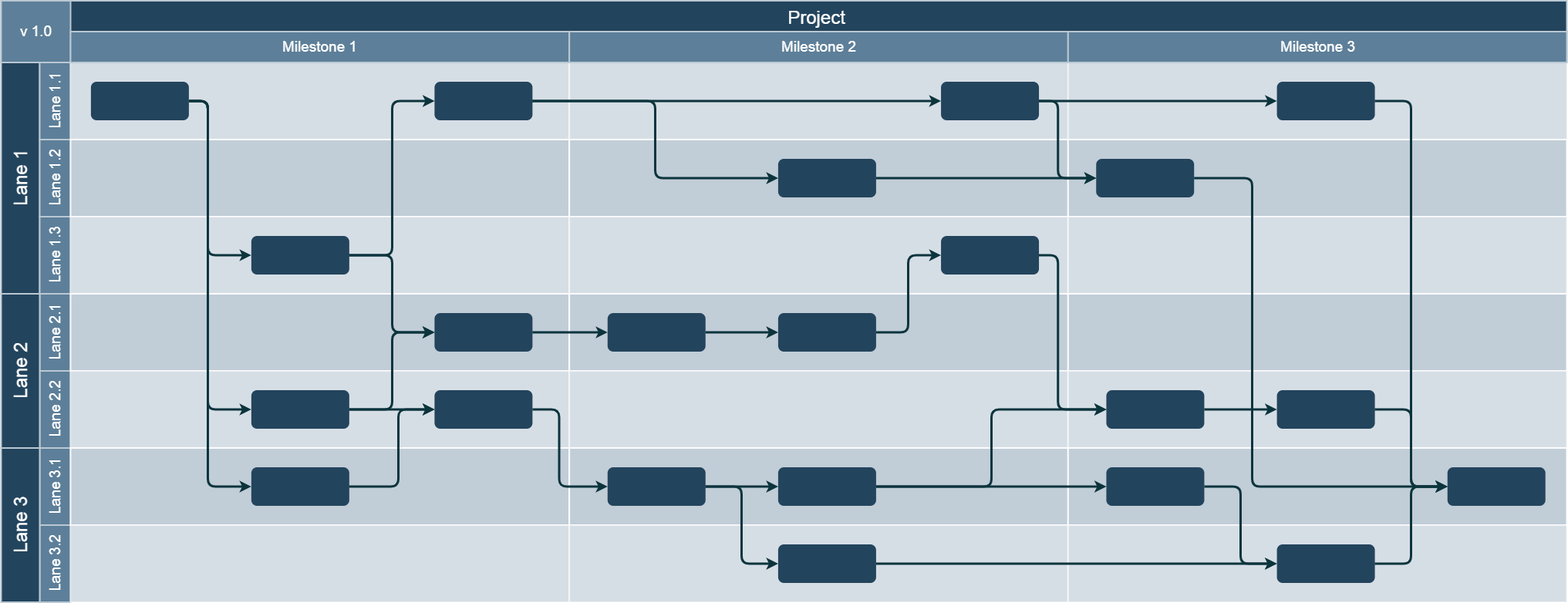
Earlier version of the draw.io export Untitled Diagram.drawio.png (AshwinRocky/SFA). Source tidied: cells renumbered, new cells last; positions are measured from the earlier drawing's top-left corner, leaving out a move shared by most shapes.
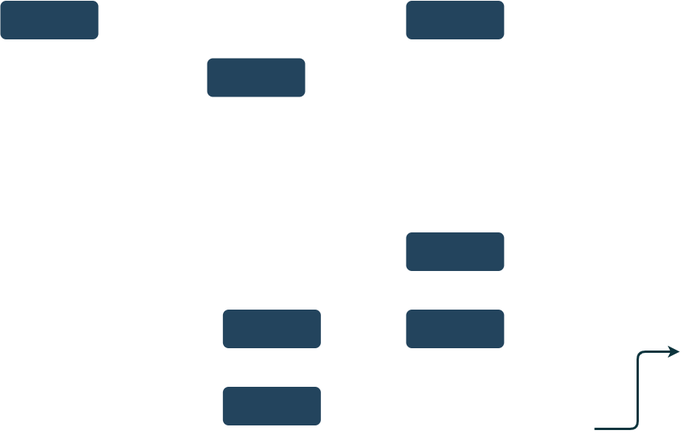
After the change.

What changed in the source:
```diff
@@ -4,111 +4,4 @@
     <mxCell id="1" parent="0" />
-    <mxCell id="2" value="Project&#10;" style="strokeColor=#BAC8D3;fillColor=#23445D;fontSize=24;strokeWidth=2;fontFamily=Helvetica;html=1;fontColor=#FFFFFF;fontStyle=0;spacingBottom=8;spacingRight=0;spacingLeft=83;" parent="1" vertex="1">
-      <mxGeometry y="0.5" width="2030" height="80" as="geometry" />
-    </mxCell>
-    <mxCell id="3" value="Lane 1" style="strokeColor=#BAC8D3;fillColor=#23445D;fontSize=24;strokeWidth=2;horizontal=0;fontFamily=Helvetica;html=1;fontColor=#FFFFFF;fontStyle=0;" parent="1" vertex="1">
-      <mxGeometry y="80.5" width="50" height="300" as="geometry" />
-    </mxCell>
-    <mxCell id="4" value="Lane 1.1" style="strokeColor=#BAC8D3;fillColor=#5d7f99;fontSize=19;strokeWidth=2;horizontal=0;fontFamily=Helvetica;html=1;labelBackgroundColor=none;fontColor=#FFFFFF;" parent="1" vertex="1">
-      <mxGeometry x="50" y="80.5" width="40" height="100" as="geometry" />
-    </mxCell>
-    <mxCell id="5" value="v 1.0" style="strokeColor=#BAC8D3;fillColor=#5d7f99;fontSize=19;strokeWidth=2;fontFamily=Helvetica;html=1;labelBackgroundColor=none;fontColor=#FFFFFF;" parent="1" vertex="1">
-      <mxGeometry y="0.5" width="90" height="80" as="geometry" />
-    </mxCell>
-    <mxCell id="6" value="Lane 1.2" style="strokeColor=#BAC8D3;fillColor=#5d7f99;fontSize=19;strokeWidth=2;horizontal=0;fontFamily=Helvetica;html=1;labelBackgroundColor=none;fontColor=#FFFFFF;" parent="1" vertex="1">
-      <mxGeometry x="50" y="180.5" width="40" height="100" as="geometry" />
-    </mxCell>
-    <mxCell id="7" value="Lane 1.3" style="strokeColor=#BAC8D3;fillColor=#5d7f99;fontSize=19;strokeWidth=2;horizontal=0;fontFamily=Helvetica;html=1;labelBackgroundColor=none;fontColor=#FFFFFF;" parent="1" vertex="1">
-      <mxGeometry x="50" y="280.5" width="40" height="100" as="geometry" />
-    </mxCell>
-    <mxCell id="8" value="Lane 2.2" style="strokeColor=#BAC8D3;fillColor=#5d7f99;fontSize=19;strokeWidth=2;horizontal=0;fontFamily=Helvetica;html=1;labelBackgroundColor=none;fontColor=#FFFFFF;" parent="1" vertex="1">
-      <mxGeometry x="50" y="480.5" width="40" height="100" as="geometry" />
-    </mxCell>
-    <mxCell id="9" value="Lane 2.1" style="strokeColor=#BAC8D3;fillColor=#5d7f99;fontSize=19;strokeWidth=2;horizontal=0;fontFamily=Helvetica;html=1;labelBackgroundColor=none;fontColor=#FFFFFF;" parent="1" vertex="1">
-      <mxGeometry x="50" y="380.5" width="40" height="100" as="geometry" />
-    </mxCell>
-    <mxCell id="10" value="Lane 2" style="strokeColor=#BAC8D3;fillColor=#23445D;fontSize=24;strokeWidth=2;horizontal=0;fontFamily=Helvetica;html=1;fontColor=#FFFFFF;fontStyle=0;" parent="1" vertex="1">
-      <mxGeometry y="380.5" width="50" height="200" as="geometry" />
-    </mxCell>
-    <mxCell id="11" value="Lane 3.2" style="strokeColor=#BAC8D3;fillColor=#5d7f99;fontSize=19;strokeWidth=2;horizontal=0;fontFamily=Helvetica;html=1;labelBackgroundColor=none;fontColor=#FFFFFF;" parent="1" vertex="1">
-      <mxGeometry x="50" y="680.5" width="40" height="100" as="geometry" />
-    </mxCell>
-    <mxCell id="12" value="Lane 3.1" style="strokeColor=#BAC8D3;fillColor=#5d7f99;fontSize=19;strokeWidth=2;horizontal=0;fontFamily=Helvetica;html=1;labelBackgroundColor=none;fontColor=#FFFFFF;" parent="1" vertex="1">
-      <mxGeometry x="50" y="580.5" width="40" height="100" as="geometry" />
-    </mxCell>
-    <mxCell id="13" value="Lane 3" style="strokeColor=#BAC8D3;fillColor=#23445D;fontSize=24;strokeWidth=2;horizontal=0;fontFamily=Helvetica;html=1;fontColor=#FFFFFF;fontStyle=0;" parent="1" vertex="1">
-      <mxGeometry y="580.5" width="50" height="200" as="geometry" />
-    </mxCell>
-    <mxCell id="14" style="strokeColor=#FFFFFF;fillColor=#BAC8D3;fontSize=18;strokeWidth=2;fontFamily=Helvetica;html=1;opacity=60;" parent="1" vertex="1">
-      <mxGeometry x="90" y="80.5" width="646.7" height="100" as="geometry" />
-    </mxCell>
-    <mxCell id="15" style="strokeColor=#FFFFFF;fillColor=#BAC8D3;fontSize=18;strokeWidth=2;fontFamily=Helvetica;html=1;opacity=90;" parent="1" vertex="1">
-      <mxGeometry x="90" y="180.5" width="646.7" height="100" as="geometry" />
-    </mxCell>
-    <mxCell id="16" style="strokeColor=#FFFFFF;fillColor=#BAC8D3;fontSize=18;strokeWidth=2;fontFamily=Helvetica;html=1;opacity=60;" parent="1" vertex="1">
-      <mxGeometry x="90" y="280.5" width="646.7" height="100" as="geometry" />
-    </mxCell>
-    <mxCell id="17" style="strokeColor=#FFFFFF;fillColor=#BAC8D3;fontSize=18;strokeWidth=2;fontFamily=Helvetica;html=1;opacity=90;" parent="1" vertex="1">
-      <mxGeometry x="90" y="380.5" width="646.7" height="100" as="geometry" />
-    </mxCell>
-    <mxCell id="18" style="strokeColor=#FFFFFF;fillColor=#BAC8D3;fontSize=18;strokeWidth=2;fontFamily=Helvetica;html=1;opacity=60;" parent="1" vertex="1">
-      <mxGeometry x="90" y="480.5" width="646.7" height="100" as="geometry" />
-    </mxCell>
-    <mxCell id="19" style="strokeColor=#FFFFFF;fillColor=#BAC8D3;fontSize=18;strokeWidth=2;fontFamily=Helvetica;html=1;opacity=90;" parent="1" vertex="1">
-      <mxGeometry x="90" y="580.5" width="646.7" height="100" as="geometry" />
-    </mxCell>
-    <mxCell id="20" style="strokeColor=#FFFFFF;fillColor=#BAC8D3;fontSize=18;strokeWidth=2;fontFamily=Helvetica;html=1;opacity=60;" parent="1" vertex="1">
-      <mxGeometry x="90" y="680.5" width="646.7" height="100" as="geometry" />
-    </mxCell>
-    <mxCell id="21" style="strokeColor=#FFFFFF;fillColor=#BAC8D3;fontSize=18;strokeWidth=2;fontFamily=Helvetica;html=1;opacity=60;" parent="1" vertex="1">
-      <mxGeometry x="736.7" y="80.5" width="647" height="100" as="geometry" />
-    </mxCell>
-    <mxCell id="22" style="strokeColor=#FFFFFF;fillColor=#BAC8D3;fontSize=18;strokeWidth=2;fontFamily=Helvetica;html=1;opacity=90;" parent="1" vertex="1">
-      <mxGeometry x="736.7" y="180.5" width="646.7" height="100" as="geometry" />
-    </mxCell>
-    <mxCell id="23" style="strokeColor=#FFFFFF;fillColor=#BAC8D3;fontSize=18;strokeWidth=2;fontFamily=Helvetica;html=1;opacity=60;" parent="1" vertex="1">
-      <mxGeometry x="736.7" y="280.5" width="646.7" height="100" as="geometry" />
-    </mxCell>
-    <mxCell id="24" style="strokeColor=#FFFFFF;fillColor=#BAC8D3;fontSize=18;strokeWidth=2;fontFamily=Helvetica;html=1;opacity=90;" parent="1" vertex="1">
-      <mxGeometry x="736.7" y="380.5" width="646.7" height="100" as="geometry" />
-    </mxCell>
-    <mxCell id="25" style="strokeColor=#FFFFFF;fillColor=#BAC8D3;fontSize=18;strokeWidth=2;fontFamily=Helvetica;html=1;opacity=60;" parent="1" vertex="1">
-      <mxGeometry x="736.7" y="480.5" width="646.7" height="100" as="geometry" />
-    </mxCell>
-    <mxCell id="26" style="strokeColor=#FFFFFF;fillColor=#BAC8D3;fontSize=18;strokeWidth=2;fontFamily=Helvetica;html=1;opacity=90;" parent="1" vertex="1">
-      <mxGeometry x="736.7" y="580.5" width="646.7" height="100" as="geometry" />
-    </mxCell>
-    <mxCell id="27" style="strokeColor=#FFFFFF;fillColor=#BAC8D3;fontSize=18;strokeWidth=2;fontFamily=Helvetica;html=1;opacity=60;fontStyle=4;" parent="1" vertex="1">
-      <mxGeometry x="736.7" y="680.5" width="646.7" height="100" as="geometry" />
-    </mxCell>
-    <mxCell id="28" style="strokeColor=#FFFFFF;fillColor=#BAC8D3;fontSize=18;strokeWidth=2;fontFamily=Helvetica;html=1;opacity=60;" parent="1" vertex="1">
-      <mxGeometry x="1383.3" y="80.5" width="647" height="100" as="geometry" />
-    </mxCell>
-    <mxCell id="29" style="strokeColor=#FFFFFF;fillColor=#BAC8D3;fontSize=18;strokeWidth=2;fontFamily=Helvetica;html=1;opacity=90;" parent="1" vertex="1">
-      <mxGeometry x="1383.3" y="180.5" width="646.7" height="100" as="geometry" />
-    </mxCell>
-    <mxCell id="30" style="strokeColor=#FFFFFF;fillColor=#BAC8D3;fontSize=18;strokeWidth=2;fontFamily=Helvetica;html=1;opacity=60;" parent="1" vertex="1">
-      <mxGeometry x="1383.3" y="280.5" width="646.7" height="100" as="geometry" />
-    </mxCell>
-    <mxCell id="31" style="strokeColor=#FFFFFF;fillColor=#BAC8D3;fontSize=18;strokeWidth=2;fontFamily=Helvetica;html=1;opacity=90;" parent="1" vertex="1">
-      <mxGeometry x="1383.3" y="380.5" width="646.7" height="100" as="geometry" />
-    </mxCell>
-    <mxCell id="32" style="strokeColor=#FFFFFF;fillColor=#BAC8D3;fontSize=18;strokeWidth=2;fontFamily=Helvetica;html=1;opacity=60;" parent="1" vertex="1">
-      <mxGeometry x="1383.3" y="480.5" width="646.7" height="100" as="geometry" />
-    </mxCell>
-    <mxCell id="33" style="strokeColor=#FFFFFF;fillColor=#BAC8D3;fontSize=18;strokeWidth=2;fontFamily=Helvetica;html=1;opacity=90;" parent="1" vertex="1">
-      <mxGeometry x="1383.3" y="580.5" width="646.7" height="100" as="geometry" />
-    </mxCell>
-    <mxCell id="34" style="strokeColor=#FFFFFF;fillColor=#BAC8D3;fontSize=18;strokeWidth=2;fontFamily=Helvetica;html=1;opacity=60;fontStyle=4;" parent="1" vertex="1">
-      <mxGeometry x="1383.3" y="680.5" width="646.7" height="100" as="geometry" />
-    </mxCell>
-    <mxCell id="35" style="edgeStyle=orthogonalEdgeStyle;rounded=1;jumpStyle=none;html=1;exitX=1;exitY=0.5;entryX=0;entryY=0.5;labelBackgroundColor=#ffffff;startArrow=none;startFill=0;endArrow=classic;jettySize=auto;strokeColor=#0C343D;strokeWidth=3;fontFamily=Helvetica;fontSize=11;fontColor=#000000;" parent="1" edge="1" source="36" target="38">
-      <mxGeometry relative="1" as="geometry">
-        <Array as="points">
-          <mxPoint x="268" y="130.5" />
-          <mxPoint x="268" y="330.5" />
-        </Array>
-      </mxGeometry>
-    </mxCell>
     <mxCell id="36" style="rounded=1;fillColor=#23445D;strokeColor=none;strokeWidth=2;fontFamily=Helvetica;html=1;gradientColor=none;" parent="1" vertex="1">
-      <mxGeometry x="116.4" y="105.5" width="127" height="50" as="geometry" />
+      <mxGeometry x="36" y="105.5" width="127" height="50" as="geometry" />
     </mxCell>
@@ -118,3 +11,3 @@
     <mxCell id="38" style="rounded=1;fillColor=#23445D;strokeColor=none;strokeWidth=2;fontFamily=Helvetica;html=1;gradientColor=none;" parent="1" vertex="1">
-      <mxGeometry x="324.4" y="305.5" width="127" height="50" as="geometry" />
+      <mxGeometry x="304" y="180" width="127" height="50" as="geometry" />
     </mxCell>
@@ -132,171 +25,8 @@
     </mxCell>
-    <mxCell id="43" style="rounded=1;fillColor=#23445D;strokeColor=none;strokeWidth=2;fontFamily=Helvetica;html=1;gradientColor=none;" parent="1" vertex="1">
-      <mxGeometry x="1007.4" y="205.5" width="127" height="50" as="geometry" />
-    </mxCell>
-    <mxCell id="44" style="rounded=1;fillColor=#23445D;strokeColor=none;strokeWidth=2;fontFamily=Helvetica;html=1;gradientColor=none;" parent="1" vertex="1">
-      <mxGeometry x="1218.6" y="105.5" width="127" height="50" as="geometry" />
-    </mxCell>
-    <mxCell id="45" style="rounded=1;fillColor=#23445D;strokeColor=none;strokeWidth=2;gradientColor=none;fontFamily=Helvetica;html=1;" parent="1" vertex="1">
-      <mxGeometry x="1875.2" y="605.5" width="127" height="50" as="geometry" />
-    </mxCell>
-    <mxCell id="46" style="rounded=1;fillColor=#23445D;strokeColor=none;strokeWidth=2;fontFamily=Helvetica;html=1;gradientColor=none;" parent="1" vertex="1">
-      <mxGeometry x="1007.4" y="405.5" width="127" height="50" as="geometry" />
-    </mxCell>
-    <mxCell id="47" style="rounded=1;fillColor=#23445D;strokeColor=none;strokeWidth=2;fontFamily=Helvetica;html=1;gradientColor=none;" parent="1" vertex="1">
-      <mxGeometry x="1007.4" y="705.5" width="127" height="50" as="geometry" />
-    </mxCell>
-    <mxCell id="48" style="rounded=1;fillColor=#23445D;strokeColor=none;strokeWidth=2;fontFamily=Helvetica;html=1;gradientColor=none;" parent="1" vertex="1">
-      <mxGeometry x="786.3" y="605.5" width="127" height="50" as="geometry" />
-    </mxCell>
-    <mxCell id="49" style="rounded=1;fillColor=#23445D;strokeColor=none;strokeWidth=2;fontFamily=Helvetica;html=1;gradientColor=none;" parent="1" vertex="1">
-      <mxGeometry x="1007.4" y="605.5" width="127" height="50" as="geometry" />
-    </mxCell>
-    <mxCell id="50" style="rounded=1;fillColor=#23445D;strokeColor=none;strokeWidth=2;fontFamily=Helvetica;html=1;gradientColor=none;" parent="1" vertex="1">
-      <mxGeometry x="786.3" y="405.5" width="127" height="50" as="geometry" />
-    </mxCell>
-    <mxCell id="51" style="rounded=1;fillColor=#23445D;strokeColor=none;strokeWidth=2;fontFamily=Helvetica;html=1;gradientColor=none;" parent="1" vertex="1">
-      <mxGeometry x="1218.6" y="305.5" width="127" height="50" as="geometry" />
-    </mxCell>
-    <mxCell id="52" style="rounded=1;fillColor=#23445D;strokeColor=none;strokeWidth=2;gradientColor=none;fontFamily=Helvetica;html=1;" parent="1" vertex="1">
-      <mxGeometry x="1432.9" y="505.5" width="127" height="50" as="geometry" />
-    </mxCell>
-    <mxCell id="53" style="rounded=1;fillColor=#23445D;strokeColor=none;strokeWidth=2;gradientColor=none;fontFamily=Helvetica;html=1;" parent="1" vertex="1">
-      <mxGeometry x="1654.1" y="505.5" width="127" height="50" as="geometry" />
-    </mxCell>
-    <mxCell id="54" style="rounded=1;fillColor=#23445D;strokeColor=none;strokeWidth=2;gradientColor=none;fontFamily=Helvetica;html=1;" parent="1" vertex="1">
-      <mxGeometry x="1419.7" y="205.5" width="127" height="50" as="geometry" />
-    </mxCell>
-    <mxCell id="55" style="rounded=1;fillColor=#23445D;strokeColor=none;strokeWidth=2;gradientColor=none;fontFamily=Helvetica;html=1;" parent="1" vertex="1">
-      <mxGeometry x="1432.9" y="605.5" width="127" height="50" as="geometry" />
-    </mxCell>
-    <mxCell id="56" style="rounded=1;fillColor=#23445D;strokeColor=none;strokeWidth=2;gradientColor=none;fontFamily=Helvetica;html=1;" parent="1" vertex="1">
-      <mxGeometry x="1654.1" y="705.5" width="127" height="50" as="geometry" />
-    </mxCell>
-    <mxCell id="57" style="rounded=1;fillColor=#23445D;strokeColor=none;strokeWidth=2;gradientColor=none;fontFamily=Helvetica;html=1;" parent="1" vertex="1">
-      <mxGeometry x="1654.1" y="105.5" width="127" height="50" as="geometry" />
-    </mxCell>
-    <mxCell id="58" style="edgeStyle=elbowEdgeStyle;elbow=horizontal;strokeWidth=3;strokeColor=#0C343D;fontFamily=Helvetica;html=1;" parent="1" edge="1" source="36" target="42">
-      <mxGeometry x="6.4" y="830.5" as="geometry">
-        <Array as="points">
-          <mxPoint x="268" y="343.5" />
-        </Array>
-      </mxGeometry>
-    </mxCell>
-    <mxCell id="59" style="edgeStyle=elbowEdgeStyle;elbow=horizontal;strokeWidth=3;strokeColor=#0C343D;fontFamily=Helvetica;html=1;" parent="1" edge="1" source="36" target="41">
-      <mxGeometry x="6.4" y="830.5" as="geometry">
-        <Array as="points">
-          <mxPoint x="268" y="252.5" />
-        </Array>
-      </mxGeometry>
-    </mxCell>
-    <mxCell id="60" style="edgeStyle=elbowEdgeStyle;elbow=horizontal;strokeWidth=3;strokeColor=#0C343D;fontFamily=Helvetica;html=1;" parent="1" edge="1" source="38" target="37">
-      <mxGeometry x="6.4" y="830.5" as="geometry" />
-    </mxCell>
-    <mxCell id="61" style="edgeStyle=elbowEdgeStyle;elbow=horizontal;strokeWidth=3;strokeColor=#0C343D;fontFamily=Helvetica;html=1;" parent="1" edge="1" source="38" target="39">
-      <mxGeometry x="6.4" y="830.5" as="geometry" />
-    </mxCell>
-    <mxCell id="62" style="edgeStyle=elbowEdgeStyle;elbow=horizontal;strokeWidth=3;strokeColor=#0C343D;fontFamily=Helvetica;html=1;" parent="1" edge="1" source="42" target="39">
-      <mxGeometry x="6.4" y="830.5" as="geometry" />
-    </mxCell>
-    <mxCell id="63" style="edgeStyle=elbowEdgeStyle;elbow=horizontal;strokeWidth=3;strokeColor=#0C343D;fontFamily=Helvetica;html=1;" parent="1" edge="1" source="42" target="40">
-      <mxGeometry x="6.4" y="830.5" as="geometry" />
-    </mxCell>
-    <mxCell id="64" style="edgeStyle=elbowEdgeStyle;elbow=horizontal;strokeWidth=3;strokeColor=#0C343D;fontFamily=Helvetica;html=1;" parent="1" edge="1" source="41" target="40">
-      <mxGeometry x="6.4" y="830.5" as="geometry">
-        <Array as="points">
-          <mxPoint x="515" y="584.5" />
-        </Array>
-      </mxGeometry>
-    </mxCell>
-    <mxCell id="65" style="edgeStyle=elbowEdgeStyle;elbow=horizontal;strokeWidth=3;strokeColor=#0C343D;fontFamily=Helvetica;html=1;" parent="1" edge="1" source="37" target="43">
-      <mxGeometry x="6.4" y="830.5" as="geometry" />
-    </mxCell>
-    <mxCell id="66" style="edgeStyle=elbowEdgeStyle;elbow=horizontal;strokeWidth=3;strokeColor=#0C343D;fontFamily=Helvetica;html=1;" parent="1" edge="1" source="39" target="50">
-      <mxGeometry x="6.4" y="830.5" as="geometry" />
-    </mxCell>
-    <mxCell id="67" style="edgeStyle=elbowEdgeStyle;elbow=horizontal;strokeWidth=3;strokeColor=#0C343D;fontFamily=Helvetica;html=1;" parent="1" edge="1" source="50" target="46">
-      <mxGeometry x="6.4" y="830.5" as="geometry" />
-    </mxCell>
-    <mxCell id="68" style="edgeStyle=elbowEdgeStyle;elbow=horizontal;strokeWidth=3;strokeColor=#0C343D;fontFamily=Helvetica;html=1;" parent="1" edge="1" source="37" target="44">
-      <mxGeometry x="6.4" y="830.5" as="geometry" />
-    </mxCell>
-    <mxCell id="69" style="edgeStyle=elbowEdgeStyle;elbow=horizontal;strokeWidth=3;strokeColor=#0C343D;fontFamily=Helvetica;html=1;" parent="1" edge="1" source="40" target="48">
-      <mxGeometry x="6.4" y="830.5" as="geometry">
-        <Array as="points">
-          <mxPoint x="723.5" y="580.5" />
-        </Array>
-      </mxGeometry>
-    </mxCell>
-    <mxCell id="70" style="edgeStyle=elbowEdgeStyle;elbow=horizontal;strokeWidth=3;strokeColor=#0C343D;fontFamily=Helvetica;html=1;" parent="1" edge="1" source="48" target="49">
-      <mxGeometry x="6.4" y="830.5" as="geometry" />
-    </mxCell>
-    <mxCell id="71" style="edgeStyle=elbowEdgeStyle;elbow=horizontal;strokeWidth=3;strokeColor=#0C343D;fontFamily=Helvetica;html=1;" parent="1" edge="1" source="48" target="47">
-      <mxGeometry x="6.4" y="830.5" as="geometry" />
-    </mxCell>
-    <mxCell id="72" style="edgeStyle=elbowEdgeStyle;elbow=horizontal;strokeWidth=3;strokeColor=#0C343D;fontFamily=Helvetica;html=1;" parent="1" edge="1" source="47" target="56">
-      <mxGeometry x="6.4" y="830.5" as="geometry" />
-    </mxCell>
-    <mxCell id="73" style="edgeStyle=elbowEdgeStyle;elbow=horizontal;strokeWidth=3;strokeColor=#0C343D;fontFamily=Helvetica;html=1;" parent="1" edge="1" source="56" target="45">
-      <mxGeometry x="6.4" y="830.5" as="geometry" />
-    </mxCell>
-    <mxCell id="74" style="edgeStyle=elbowEdgeStyle;elbow=horizontal;strokeWidth=3;strokeColor=#0C343D;fontFamily=Helvetica;html=1;" parent="1" edge="1" source="54" target="45">
-      <mxGeometry x="6.4" y="830.5" as="geometry">
-        <Array as="points">
-          <mxPoint x="1622" y="430.5" />
-        </Array>
-      </mxGeometry>
-    </mxCell>
-    <mxCell id="75" style="edgeStyle=elbowEdgeStyle;elbow=horizontal;strokeWidth=3;strokeColor=#0C343D;fontFamily=Helvetica;html=1;" parent="1" edge="1" source="55" target="56">
-      <mxGeometry x="6.4" y="830.5" as="geometry" />
-    </mxCell>
-    <mxCell id="76" style="edgeStyle=elbowEdgeStyle;elbow=horizontal;strokeWidth=3;strokeColor=#0C343D;fontFamily=Helvetica;html=1;" parent="1" edge="1" source="49" target="52">
-      <mxGeometry x="6.4" y="830.5" as="geometry" />
-    </mxCell>
-    <mxCell id="77" style="edgeStyle=elbowEdgeStyle;elbow=horizontal;strokeWidth=3;strokeColor=#0C343D;fontFamily=Helvetica;html=1;" parent="1" edge="1" source="49" target="55">
-      <mxGeometry x="6.4" y="830.5" as="geometry" />
-    </mxCell>
-    <mxCell id="78" style="edgeStyle=elbowEdgeStyle;elbow=horizontal;strokeWidth=3;strokeColor=#0C343D;fontFamily=Helvetica;html=1;" parent="1" edge="1" source="46" target="51">
-      <mxGeometry x="6.4" y="830.5" as="geometry" />
-    </mxCell>
-    <mxCell id="79" style="edgeStyle=elbowEdgeStyle;elbow=horizontal;strokeWidth=3;strokeColor=#0C343D;fontFamily=Helvetica;html=1;" parent="1" edge="1" source="43" target="54">
-      <mxGeometry x="6.4" y="830.5" as="geometry" />
-    </mxCell>
-    <mxCell id="80" style="edgeStyle=elbowEdgeStyle;elbow=horizontal;strokeWidth=3;strokeColor=#0C343D;fontFamily=Helvetica;html=1;" parent="1" edge="1" source="44" target="54">
-      <mxGeometry x="6.4" y="830.5" as="geometry">
-        <Array as="points">
-          <mxPoint x="1370.1" y="180.5" />
-        </Array>
-      </mxGeometry>
-    </mxCell>
-    <mxCell id="81" style="edgeStyle=elbowEdgeStyle;elbow=horizontal;strokeWidth=3;strokeColor=#0C343D;fontFamily=Helvetica;html=1;" parent="1" edge="1" source="44" target="57">
-      <mxGeometry x="6.4" y="830.5" as="geometry" />
-    </mxCell>
-    <mxCell id="82" style="edgeStyle=elbowEdgeStyle;elbow=horizontal;strokeWidth=3;strokeColor=#0C343D;fontFamily=Helvetica;html=1;" parent="1" edge="1" source="57" target="45">
-      <mxGeometry x="6.4" y="830.5" as="geometry" />
-    </mxCell>
-    <mxCell id="83" style="edgeStyle=elbowEdgeStyle;elbow=horizontal;strokeWidth=3;strokeColor=#0C343D;fontFamily=Helvetica;html=1;" parent="1" edge="1" source="53" target="45">
-      <mxGeometry x="6.4" y="830.5" as="geometry" />
-    </mxCell>
-    <mxCell id="84" style="edgeStyle=elbowEdgeStyle;elbow=horizontal;strokeWidth=3;strokeColor=#0C343D;fontFamily=Helvetica;html=1;" parent="1" edge="1" source="52" target="53">
-      <mxGeometry x="6.4" y="830.5" as="geometry" />
-    </mxCell>
-    <mxCell id="85" style="edgeStyle=elbowEdgeStyle;elbow=horizontal;strokeWidth=3;strokeColor=#0C343D;fontFamily=Helvetica;html=1;" parent="1" edge="1" source="51" target="52">
-      <mxGeometry x="6.4" y="830.5" as="geometry">
-        <Array as="points">
-          <mxPoint x="1370.1" y="430.5" />
-        </Array>
-      </mxGeometry>
-    </mxCell>
-    <mxCell id="86" style="group;" parent="1" vertex="1">
-      <mxGeometry x="90" y="40.5" width="646.7" height="40" as="geometry" />
-    </mxCell>
-    <mxCell id="87" value="Milestone 1" style="strokeColor=#BAC8D3;fillColor=#5d7f99;fontSize=19;strokeWidth=2;fontFamily=Helvetica;html=1;labelBackgroundColor=none;fontColor=#FFFFFF;" parent="86" vertex="1">
-      <mxGeometry width="646.7" height="40" as="geometry" />
-    </mxCell>
-    <mxCell id="88" value="Milestone 2" style="strokeColor=#BAC8D3;fillColor=#5d7f99;fontSize=19;strokeWidth=2;fontFamily=Helvetica;html=1;labelBackgroundColor=none;fontColor=#FFFFFF;" parent="86" vertex="1">
-      <mxGeometry x="646.7" width="646.7" height="40" as="geometry" />
-    </mxCell>
-    <mxCell id="89" value="Milestone 3" style="strokeColor=#BAC8D3;fillColor=#5d7f99;fontSize=19;strokeWidth=2;fontFamily=Helvetica;html=1;labelBackgroundColor=none;fontColor=#FFFFFF;" parent="86" vertex="1">
-      <mxGeometry x="1293.3" width="646.7" height="40" as="geometry" />
-    </mxCell>
+    <mxCell id="90" style="edgeStyle=elbowEdgeStyle;elbow=horizontal;strokeWidth=3;strokeColor=#0C343D;fontFamily=Helvetica;html=1;" parent="1" edge="1">
+      <mxGeometry x="361.1" y="960" as="geometry">
+        <mxPoint x="806" y="660" as="sourcePoint" />
+        <mxPoint x="916.6" y="560" as="targetPoint" />
+      </mxGeometry>
+    </mxCell>
   </root>
```
